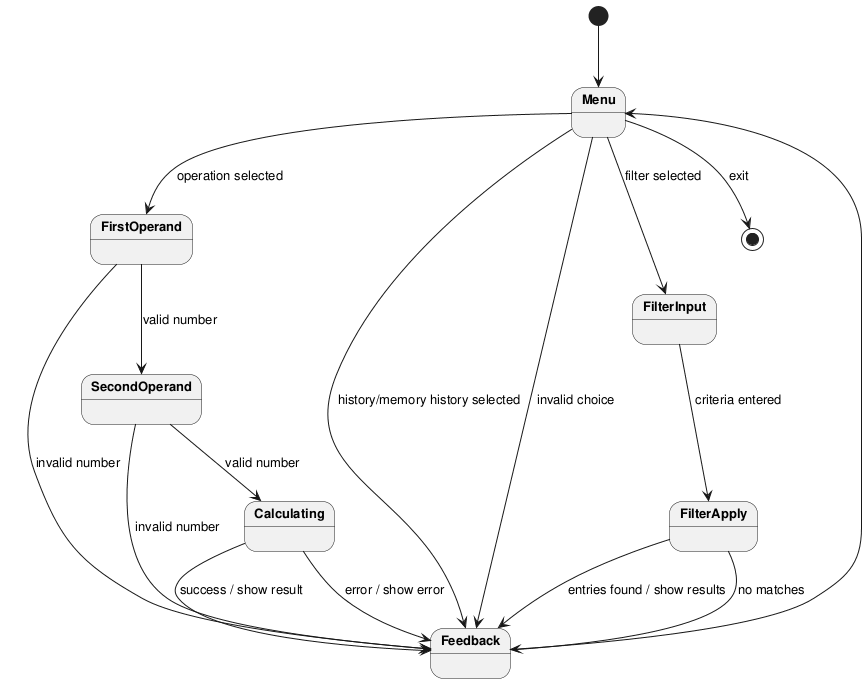
Earlier version of the PlantUML export experiments/broadcast/user_stories/calculator/artifacts/state_diagram_interactive.png (DanielRiha8906/Software_autoevolution_using_agents).
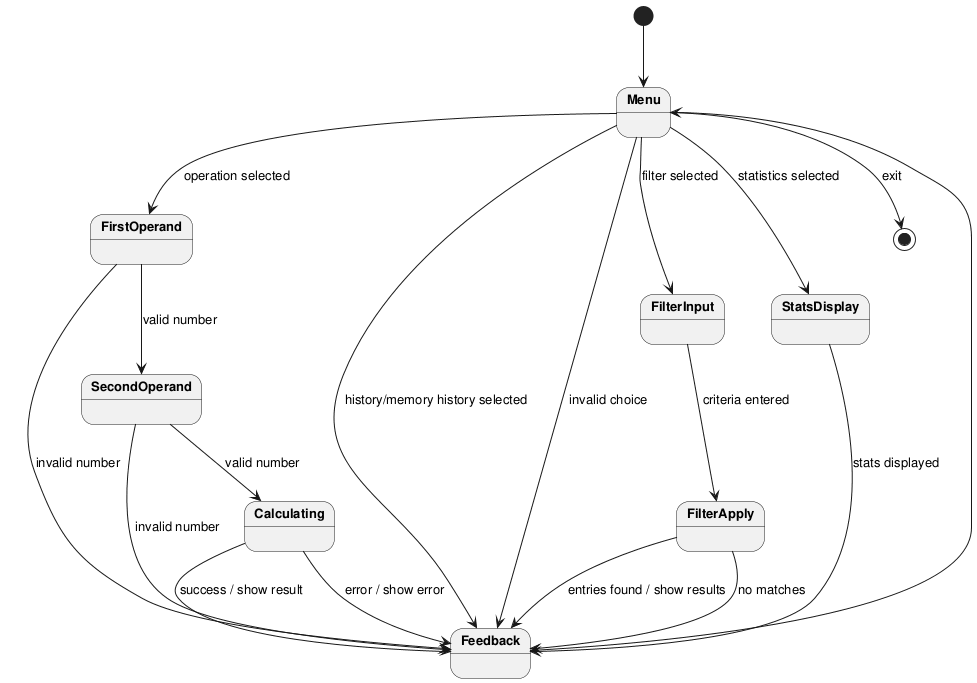
The same diagram one commit later.

The edit, as a diff of the source:
```diff
@@ -10,8 +10,11 @@
 Menu --> FirstOperand : operation selected
 Menu --> Feedback : history/memory history selected
 Menu --> FilterInput : filter selected
+Menu --> StatsDisplay : statistics selected
 Menu --> Feedback : invalid choice
 Menu --> [*] : exit
+
+StatsDisplay --> Feedback : stats displayed
 
 FirstOperand --> SecondOperand : valid number
 FirstOperand --> Feedback : invalid number
```
